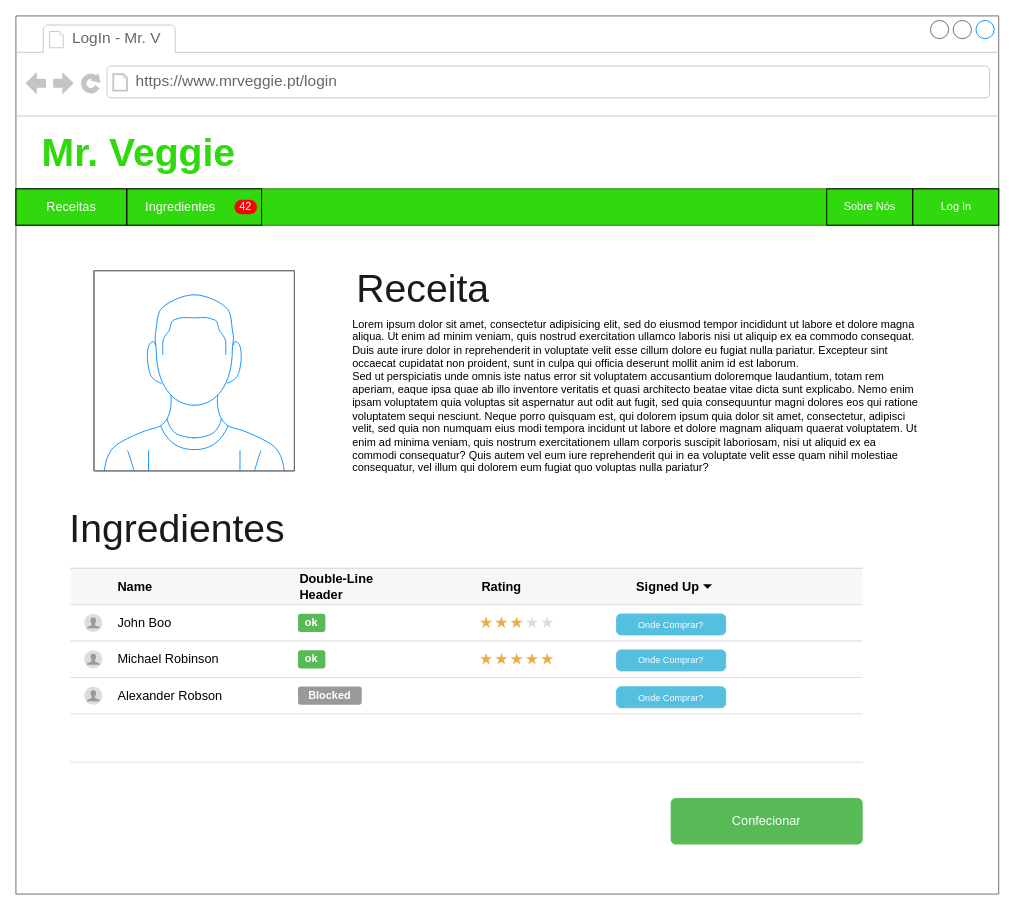
The draw.io diagram Mockup/Receita.drawio in pferreira101/MrVeggie, before the edit. Source tidied: cells renumbered, new cells numbered last; positions are measured from the earlier drawing's top-left corner, leaving out a move shared by most shapes. Both pictures are drawn from the tidied source at 91%, with x=0, y=0 at pixel (15, 15).
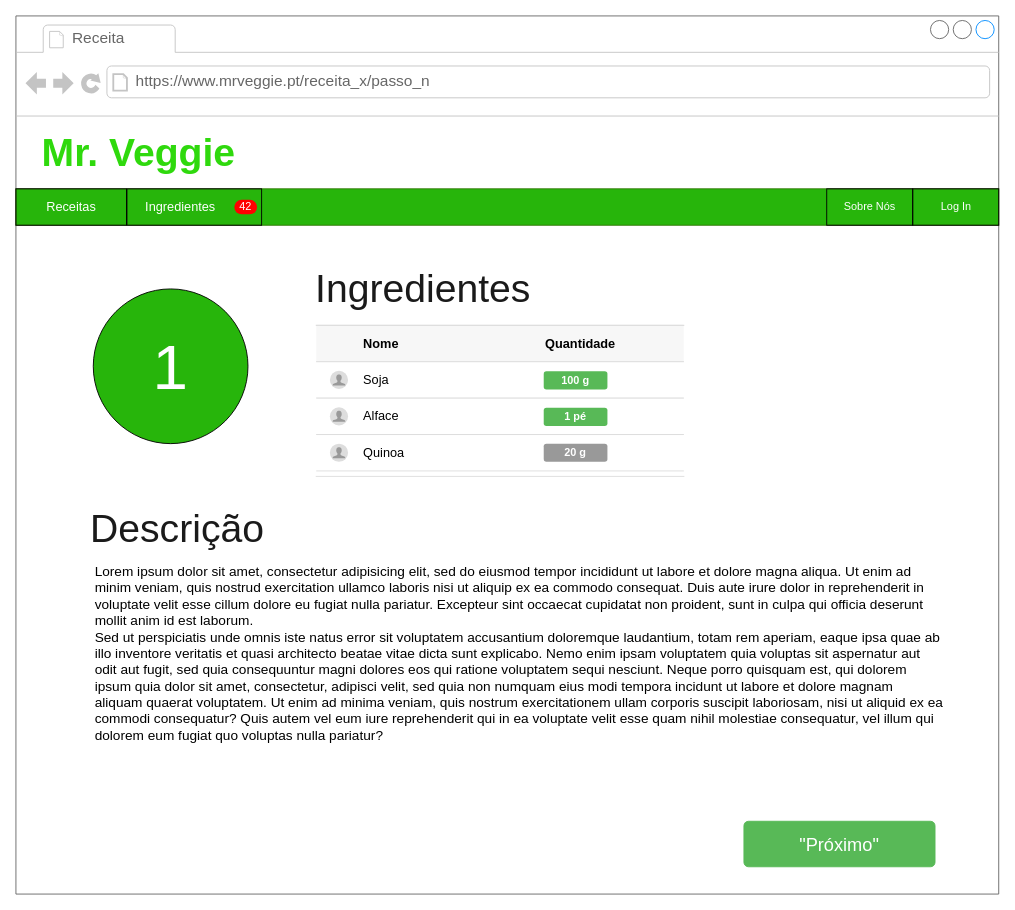
The same page after the edit.

The change refers to these unchanged cells:
```xml
<mxCell id="2" style="strokeWidth=1;shadow=0;dashed=0;align=center;html=1;shape=mxgraph.mockup.containers.browserWindow;rSize=0;fillColor=#ffffff;strokeColor=#666666;strokeColor2=#008cff;strokeColor3=#c4c4c4;mainText=,;" parent="1" vertex="1">
  <mxGeometry width="1080" height="965" as="geometry" />
</mxCell>
```

What changed in the source:
```diff
@@
-    <mxCell id="3" value="LogIn - Mr. V&lt;br&gt;" style="strokeWidth=1;shadow=0;dashed=0;align=center;html=1;shape=mxgraph.mockup.containers.anchor;fontSize=17;fontColor=#666666;align=left;" parent="2" vertex="1">
+    <mxCell id="3" value="Receita&lt;br&gt;" style="strokeWidth=1;shadow=0;dashed=0;align=center;html=1;shape=mxgraph.mockup.containers.anchor;fontSize=17;fontColor=#666666;align=left;" parent="2" vertex="1">
       <mxGeometry x="60" y="12" width="150" height="26" as="geometry" />
     </mxCell>
-    <mxCell id="4" value="https://www.mrveggie.pt/login&lt;br&gt;" style="strokeWidth=1;shadow=0;dashed=0;align=center;html=1;shape=mxgraph.mockup.containers.anchor;rSize=0;fontSize=17;fontColor=#666666;align=left;" parent="2" vertex="1">
+    <mxCell id="4" value="https://www.mrveggie.pt/receita_x/passo_n&lt;br&gt;" style="strokeWidth=1;shadow=0;dashed=0;align=center;html=1;shape=mxgraph.mockup.containers.anchor;rSize=0;fontSize=17;fontColor=#666666;align=left;" parent="2" vertex="1">
       <mxGeometry x="130" y="60" width="250" height="26" as="geometry" />
     </mxCell>
-    <mxCell id="5" style="html=1;shadow=0;dashed=0;shape=mxgraph.bootstrap.rect;whiteSpace=wrap;fillColor=#2FD90D;strokeColor=#2D7600;fontColor=#ffffff;" parent="2" vertex="1">
+    <mxCell id="5" style="html=1;shadow=0;dashed=0;shape=mxgraph.bootstrap.rect;whiteSpace=wrap;fillColor=#27B50B;strokeColor=#2D7600;fontColor=#ffffff;" parent="2" vertex="1">
       <mxGeometry y="190" width="1080" height="40" as="geometry" />
     </mxCell>
@@
-    <mxCell id="12" value="Lorem ipsum dolor sit amet, consectetur adipisicing elit, sed do eiusmod tempor incididunt ut labore et dolore magna aliqua. Ut enim ad minim veniam, quis nostrud exercitation ullamco laboris nisi ut aliquip ex ea commodo consequat. Duis aute irure dolor in reprehenderit in voluptate velit esse cillum dolore eu fugiat nulla pariatur. Excepteur sint occaecat cupidatat non proident, sunt in culpa qui officia deserunt mollit anim id est laborum.&#10;Sed ut perspiciatis unde omnis iste natus error sit voluptatem accusantium doloremque laudantium, totam rem aperiam, eaque ipsa quae ab illo inventore veritatis et quasi architecto beatae vitae dicta sunt explicabo. Nemo enim ipsam voluptatem quia voluptas sit aspernatur aut odit aut fugit, sed quia consequuntur magni dolores eos qui ratione voluptatem sequi nesciunt. Neque porro quisquam est, qui dolorem ipsum quia dolor sit amet, consectetur, adipisci velit, sed quia non numquam eius modi tempora incidunt ut labore et dolore magnam aliquam quaerat voluptatem. Ut enim ad minima veniam, quis nostrum exercitationem ullam corporis suscipit laboriosam, nisi ut aliquid ex ea commodi consequatur? Quis autem vel eum iure reprehenderit qui in ea voluptate velit esse quam nihil molestiae consequatur, vel illum qui dolorem eum fugiat quo voluptas nulla pariatur?" style="text;spacingTop=-5;fillColor=#ffffff;whiteSpace=wrap;html=1;align=left;fontSize=12;fontFamily=Helvetica;fillColor=none;strokeColor=none;" parent="2" vertex="1">
-      <mxGeometry x="368" y="330" width="625" height="180" as="geometry" />
+    <mxCell id="12" value="Lorem ipsum dolor sit amet, consectetur adipisicing elit, sed do eiusmod tempor incididunt ut labore et dolore magna aliqua. Ut enim ad minim veniam, quis nostrud exercitation ullamco laboris nisi ut aliquip ex ea commodo consequat. Duis aute irure dolor in reprehenderit in voluptate velit esse cillum dolore eu fugiat nulla pariatur. Excepteur sint occaecat cupidatat non proident, sunt in culpa qui officia deserunt mollit anim id est laborum.&#10;Sed ut perspiciatis unde omnis iste natus error sit voluptatem accusantium doloremque laudantium, totam rem aperiam, eaque ipsa quae ab illo inventore veritatis et quasi architecto beatae vitae dicta sunt explicabo. Nemo enim ipsam voluptatem quia voluptas sit aspernatur aut odit aut fugit, sed quia consequuntur magni dolores eos qui ratione voluptatem sequi nesciunt. Neque porro quisquam est, qui dolorem ipsum quia dolor sit amet, consectetur, adipisci velit, sed quia non numquam eius modi tempora incidunt ut labore et dolore magnam aliquam quaerat voluptatem. Ut enim ad minima veniam, quis nostrum exercitationem ullam corporis suscipit laboriosam, nisi ut aliquid ex ea commodi consequatur? Quis autem vel eum iure reprehenderit qui in ea voluptate velit esse quam nihil molestiae consequatur, vel illum qui dolorem eum fugiat quo voluptas nulla pariatur?" style="text;spacingTop=-5;fillColor=#ffffff;whiteSpace=wrap;html=1;align=left;fontSize=15;fontFamily=Helvetica;fillColor=none;strokeColor=none;" parent="2" vertex="1">
+      <mxGeometry x="85" y="600" width="935" height="230" as="geometry" />
     </mxCell>
-    <mxCell id="13" style="verticalLabelPosition=bottom;shadow=0;dashed=0;align=center;html=1;verticalAlign=top;strokeWidth=1;shape=mxgraph.mockup.containers.userMale;strokeColor=#666666;strokeColor2=#008cff;fillColor=#ffffff;fontSize=43;fontColor=#FFFFFF;" parent="2" vertex="1">
-      <mxGeometry x="86" y="280" width="220" height="220" as="geometry" />
-    </mxCell>
-    <mxCell id="14" value="&lt;font color=&quot;#1a1a1a&quot;&gt;Receita&lt;/font&gt;" style="text;html=1;strokeColor=none;fillColor=none;align=center;verticalAlign=middle;whiteSpace=wrap;rounded=0;fontSize=43;fontColor=#FFFFFF;" parent="2" vertex="1">
+    <mxCell id="14" value="&lt;font color=&quot;#1a1a1a&quot;&gt;Ingredientes&lt;/font&gt;" style="text;html=1;strokeColor=none;fillColor=none;align=center;verticalAlign=middle;whiteSpace=wrap;rounded=0;fontSize=43;fontColor=#FFFFFF;" parent="2" vertex="1">
       <mxGeometry x="355" y="270" width="185" height="60" as="geometry" />
     </mxCell>
-    <mxCell id="15" value="&lt;font color=&quot;#1a1a1a&quot;&gt;Ingredientes&lt;/font&gt;" style="text;html=1;strokeColor=none;fillColor=none;align=center;verticalAlign=middle;whiteSpace=wrap;rounded=0;fontSize=43;fontColor=#FFFFFF;" parent="2" vertex="1">
+    <mxCell id="15" value="&lt;font color=&quot;#1a1a1a&quot;&gt;Descrição&lt;/font&gt;" style="text;html=1;strokeColor=none;fillColor=none;align=center;verticalAlign=middle;whiteSpace=wrap;rounded=0;fontSize=43;fontColor=#FFFFFF;" parent="2" vertex="1">
       <mxGeometry x="85" y="534" width="185" height="60" as="geometry" />
     </mxCell>
+    <mxCell id="43" value="&lt;font style=&quot;font-size: 20px&quot;&gt;&quot;Próximo&quot;&lt;/font&gt;" style="html=1;shadow=0;dashed=0;shape=mxgraph.bootstrap.rrect;rSize=5;fillColor=#58B957;align=center;strokeColor=#58B957;fontColor=#ffffff;fontSize=14;whiteSpace=wrap;" parent="2" vertex="1">
+      <mxGeometry x="800" y="885" width="210" height="50" as="geometry" />
+    </mxCell>
+    <mxCell id="44" value="&lt;font color=&quot;#ffffff&quot; style=&quot;font-size: 70px&quot;&gt;1&lt;/font&gt;" style="ellipse;whiteSpace=wrap;html=1;fillColor=#27B50B;" parent="2" vertex="1">
+      <mxGeometry x="85" y="300" width="170" height="170" as="geometry" />
+    </mxCell>
     <mxCell id="16" style="shape=partialRectangle;right=0;left=0;strokeColor=#dddddd;fillColor=#ffffff;whiteSpace=wrap;fontSize=43;fontColor=#FFFFFF;" parent="2" vertex="1">
-      <mxGeometry x="60" y="607" width="870" height="213" as="geometry" />
+      <mxGeometry x="330" y="340" width="404" height="166" as="geometry" />
     </mxCell>
     <mxCell id="17" style="html=1;shadow=0;dashed=0;shape=mxgraph.bootstrap.horLines;strokeColor=inherit;fillColor=#000000;fillOpacity=3;" parent="16" vertex="1">
-      <mxGeometry width="870" height="40" relative="1" as="geometry" />
+      <mxGeometry width="404" height="40" relative="1" as="geometry" />
     </mxCell>
-    <mxCell id="18" value="Name" style="html=1;shadow=0;dashed=0;shape=mxgraph.bootstrap.rect;strokeColor=none;fillColor=none;fontSize=14;fontStyle=1;align=left;whiteSpace=wrap;" parent="17" vertex="1">
+    <mxCell id="18" value="Nome" style="html=1;shadow=0;dashed=0;shape=mxgraph.bootstrap.rect;strokeColor=none;fillColor=none;fontSize=14;fontStyle=1;align=left;whiteSpace=wrap;" parent="17" vertex="1">
       <mxGeometry width="150" height="40" relative="1" as="geometry">
         <mxPoint x="50" as="offset" />
       </mxGeometry>
     </mxCell>
-    <mxCell id="19" value="Double-Line&#10;Header" style="html=1;shadow=0;dashed=0;shape=mxgraph.bootstrap.rect;strokeColor=none;fillColor=none;fontSize=14;fontStyle=1;align=left;whiteSpace=wrap;" parent="17" vertex="1">
+    <mxCell id="19" value="Quantidade" style="html=1;shadow=0;dashed=0;shape=mxgraph.bootstrap.rect;strokeColor=none;fillColor=none;fontSize=14;fontStyle=1;align=left;whiteSpace=wrap;" parent="17" vertex="1">
       <mxGeometry width="150" height="40" relative="1" as="geometry">
         <mxPoint x="250" as="offset" />
       </mxGeometry>
     </mxCell>
-    <mxCell id="20" value="Rating" style="html=1;shadow=0;dashed=0;shape=mxgraph.bootstrap.rect;strokeColor=none;fillColor=none;fontSize=14;fontStyle=1;align=left;whiteSpace=wrap;" parent="17" vertex="1">
-      <mxGeometry width="150" height="40" relative="1" as="geometry">
-        <mxPoint x="450" as="offset" />
-      </mxGeometry>
-    </mxCell>
-    <mxCell id="21" value="Signed Up" style="html=1;shadow=0;dashed=0;shape=mxgraph.bootstrap.rect;strokeColor=none;fillColor=none;fontSize=14;fontStyle=1;align=left;whiteSpace=wrap;" parent="17" vertex="1">
-      <mxGeometry width="100" height="40" relative="1" as="geometry">
-        <mxPoint x="620" as="offset" />
-      </mxGeometry>
-    </mxCell>
-    <mxCell id="22" style="shape=triangle;direction=south;strokeColor=none;fillColor=#000000;" parent="21" vertex="1">
-      <mxGeometry x="1" y="0.5" width="10" height="5" relative="1" as="geometry">
-        <mxPoint x="-25" y="-2.5" as="offset" />
-      </mxGeometry>
-    </mxCell>
     <mxCell id="23" style="strokeColor=inherit;fillColor=inherit;gradientColor=inherit;html=1;shadow=0;dashed=0;shape=mxgraph.bootstrap.horLines;" parent="16" vertex="1">
-      <mxGeometry width="870" height="40" relative="1" as="geometry">
+      <mxGeometry width="404" height="40" relative="1" as="geometry">
         <mxPoint y="40" as="offset" />
       </mxGeometry>
     </mxCell>
@@
-    <mxCell id="26" value="John Boo" style="html=1;shadow=0;dashed=0;shape=mxgraph.bootstrap.rect;strokeColor=none;fillColor=none;fontSize=14;align=left;whiteSpace=wrap;" parent="23" vertex="1">
+    <mxCell id="26" value="Soja" style="html=1;shadow=0;dashed=0;shape=mxgraph.bootstrap.rect;strokeColor=none;fillColor=none;fontSize=14;align=left;whiteSpace=wrap;" parent="23" vertex="1">
       <mxGeometry width="150" height="40" relative="1" as="geometry">
         <mxPoint x="50" as="offset" />
       </mxGeometry>
     </mxCell>
-    <mxCell id="27" value="ok" style="html=1;shadow=0;dashed=0;shape=mxgraph.bootstrap.rrect;rSize=3;strokeColor=none;fillColor=#58B957;fontSize=12;fontStyle=1;fontColor=#ffffff;whiteSpace=wrap;" parent="23" vertex="1">
-      <mxGeometry y="0.5" width="30" height="20" relative="1" as="geometry">
-        <mxPoint x="250" y="-10" as="offset" />
+    <mxCell id="27" value="100 g" style="html=1;shadow=0;dashed=0;shape=mxgraph.bootstrap.rrect;rSize=3;strokeColor=none;fillColor=#58B957;fontSize=12;fontStyle=1;fontColor=#ffffff;whiteSpace=wrap;" parent="23" vertex="1">
+      <mxGeometry y="0.5" width="70" height="20" relative="1" as="geometry">
+        <mxPoint x="250" y="-9.5" as="offset" />
       </mxGeometry>
     </mxCell>
-    <mxCell id="28" style="html=1;shadow=0;dashed=0;shape=mxgraph.bootstrap.rating;strokeColor=none;fillColor=#EFAC43;emptyFillColor=#dddddd;grade=3;ratingScale=5;ratingStyle=star;" parent="23" vertex="1">
-      <mxGeometry y="0.5" width="150" height="14" relative="1" as="geometry">
-        <mxPoint x="450" y="-7" as="offset" />
-      </mxGeometry>
-    </mxCell>
-    <mxCell id="29" value="Onde Comprar?" style="html=1;shadow=0;dashed=0;shape=mxgraph.bootstrap.rrect;rSize=5;fillColor=#55BFE0;align=center;strokeColor=#55BFE0;fontColor=#ffffff;fontSize=10;whiteSpace=wrap;" parent="23" vertex="1">
-      <mxGeometry x="600" y="10.2" width="120" height="23" as="geometry" />
-    </mxCell>
+    <mxCell id="45" style="edgeStyle=orthogonalEdgeStyle;rounded=0;jettySize=auto;html=1;" parent="16" edge="1" source="34" target="33">
+      <mxGeometry relative="1" as="geometry" />
+    </mxCell>
     <mxCell id="30" style="strokeColor=inherit;fillColor=inherit;gradientColor=inherit;html=1;shadow=0;dashed=0;shape=mxgraph.bootstrap.horLines;" parent="16" vertex="1">
-      <mxGeometry width="870" height="40" relative="1" as="geometry">
+      <mxGeometry width="404" height="40" relative="1" as="geometry">
         <mxPoint y="80" as="offset" />
       </mxGeometry>
     </mxCell>
@@
-    <mxCell id="33" value="Michael Robinson" style="html=1;shadow=0;dashed=0;shape=mxgraph.bootstrap.rect;strokeColor=none;fillColor=none;fontSize=14;align=left;whiteSpace=wrap;" parent="30" vertex="1">
+    <mxCell id="33" value="Alface" style="html=1;shadow=0;dashed=0;shape=mxgraph.bootstrap.rect;strokeColor=none;fillColor=none;fontSize=14;align=left;whiteSpace=wrap;" parent="30" vertex="1">
       <mxGeometry width="150" height="40" relative="1" as="geometry">
         <mxPoint x="50" as="offset" />
       </mxGeometry>
     </mxCell>
-    <mxCell id="34" value="ok" style="html=1;shadow=0;dashed=0;shape=mxgraph.bootstrap.rrect;rSize=3;strokeColor=none;fillColor=#58B957;fontSize=12;fontStyle=1;fontColor=#ffffff;whiteSpace=wrap;" parent="30" vertex="1">
-      <mxGeometry y="0.5" width="30" height="20" relative="1" as="geometry">
-        <mxPoint x="250" y="-10" as="offset" />
+    <mxCell id="34" value="1 pé" style="html=1;shadow=0;dashed=0;shape=mxgraph.bootstrap.rrect;rSize=3;strokeColor=none;fillColor=#58B957;fontSize=12;fontStyle=1;fontColor=#ffffff;whiteSpace=wrap;" parent="30" vertex="1">
+      <mxGeometry y="0.5" width="70" height="20" relative="1" as="geometry">
+        <mxPoint x="250" y="-9.5" as="offset" />
       </mxGeometry>
     </mxCell>
-    <mxCell id="35" style="html=1;shadow=0;dashed=0;shape=mxgraph.bootstrap.rating;strokeColor=none;fillColor=#EFAC43;emptyFillColor=#dddddd;grade=5;ratingScale=5;ratingStyle=star;" parent="30" vertex="1">
-      <mxGeometry y="0.5" width="150" height="14" relative="1" as="geometry">
-        <mxPoint x="450" y="-7" as="offset" />
-      </mxGeometry>
-    </mxCell>
-    <mxCell id="36" value="Onde Comprar?" style="html=1;shadow=0;dashed=0;shape=mxgraph.bootstrap.rrect;rSize=5;fillColor=#55BFE0;align=center;strokeColor=#55BFE0;fontColor=#ffffff;fontSize=10;whiteSpace=wrap;" parent="30" vertex="1">
-      <mxGeometry x="600" y="9.8" width="120" height="23" as="geometry" />
-    </mxCell>
     <mxCell id="37" style="strokeColor=inherit;fillColor=inherit;gradientColor=inherit;html=1;shadow=0;dashed=0;shape=mxgraph.bootstrap.horLines;" parent="16" vertex="1">
-      <mxGeometry width="870" height="40" relative="1" as="geometry">
+      <mxGeometry width="404" height="40" relative="1" as="geometry">
         <mxPoint y="120" as="offset" />
       </mxGeometry>
     </mxCell>
@@
-    <mxCell id="40" value="Alexander Robson" style="html=1;shadow=0;dashed=0;shape=mxgraph.bootstrap.rect;strokeColor=none;fillColor=none;fontSize=14;align=left;whiteSpace=wrap;" parent="37" vertex="1">
+    <mxCell id="40" value="Quinoa" style="html=1;shadow=0;dashed=0;shape=mxgraph.bootstrap.rect;strokeColor=none;fillColor=none;fontSize=14;align=left;whiteSpace=wrap;" parent="37" vertex="1">
       <mxGeometry width="150" height="40" relative="1" as="geometry">
         <mxPoint x="50" as="offset" />
       </mxGeometry>
     </mxCell>
-    <mxCell id="41" value="Blocked" style="html=1;shadow=0;dashed=0;shape=mxgraph.bootstrap.rrect;rSize=3;strokeColor=none;fillColor=#999999;fontSize=12;fontStyle=1;fontColor=#ffffff;whiteSpace=wrap;" parent="37" vertex="1">
+    <mxCell id="41" value="20 g" style="html=1;shadow=0;dashed=0;shape=mxgraph.bootstrap.rrect;rSize=3;strokeColor=none;fillColor=#999999;fontSize=12;fontStyle=1;fontColor=#ffffff;whiteSpace=wrap;" parent="37" vertex="1">
       <mxGeometry y="0.5" width="70" height="20" relative="1" as="geometry">
         <mxPoint x="250" y="-10" as="offset" />
       </mxGeometry>
     </mxCell>
-    <mxCell id="42" value="Onde Comprar?" style="html=1;shadow=0;dashed=0;shape=mxgraph.bootstrap.rrect;rSize=5;fillColor=#55BFE0;align=center;strokeColor=#55BFE0;fontColor=#ffffff;fontSize=10;whiteSpace=wrap;" parent="37" vertex="1">
-      <mxGeometry x="600" y="10.2" width="120" height="23" as="geometry" />
-    </mxCell>
-    <mxCell id="43" value="Confecionar" style="html=1;shadow=0;dashed=0;shape=mxgraph.bootstrap.rrect;rSize=5;fillColor=#58B957;align=center;strokeColor=#58B957;fontColor=#ffffff;fontSize=14;whiteSpace=wrap;" parent="2" vertex="1">
-      <mxGeometry x="720" y="860" width="210" height="50" as="geometry" />
-    </mxCell>
```
